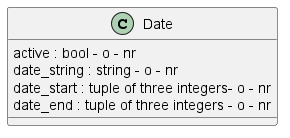
The PlantUML diagram documentation/class_diagrams/Date.png in tmasch/bpf_be, before a commit. Source of this version:
```plantuml
@startuml Date

 class Date

 Date : active : bool - o - nr
 Date : date_string : string - o - nr
 Date : date_start : tuple of three integers- o - nr
 Date : date_end : tuple of three integers - o - nr

@endumli
```
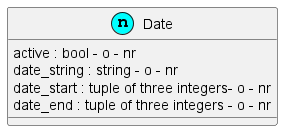
The same file after the commit.

Diff of the diagram source:
```diff
@@ -1,6 +1,6 @@
 @startuml Date
 
- class Date
+ class Date <<(n,cyan)>>
 
  Date : active : bool - o - nr
  Date : date_string : string - o - nr
```
